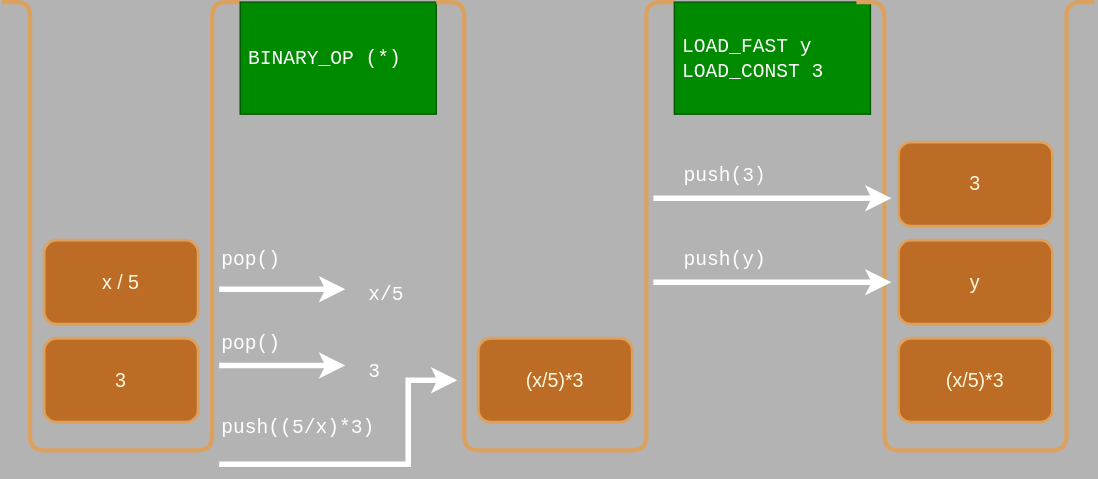
Above: 3-Stacks/images/stack5.svg in JAC-CS-Programming-4-W24/Notes (draw.io), before the change. Source tidied: cells renumbered, new cells last; positions are measured from the earlier drawing's top-left corner, leaving out a move shared by most shapes.
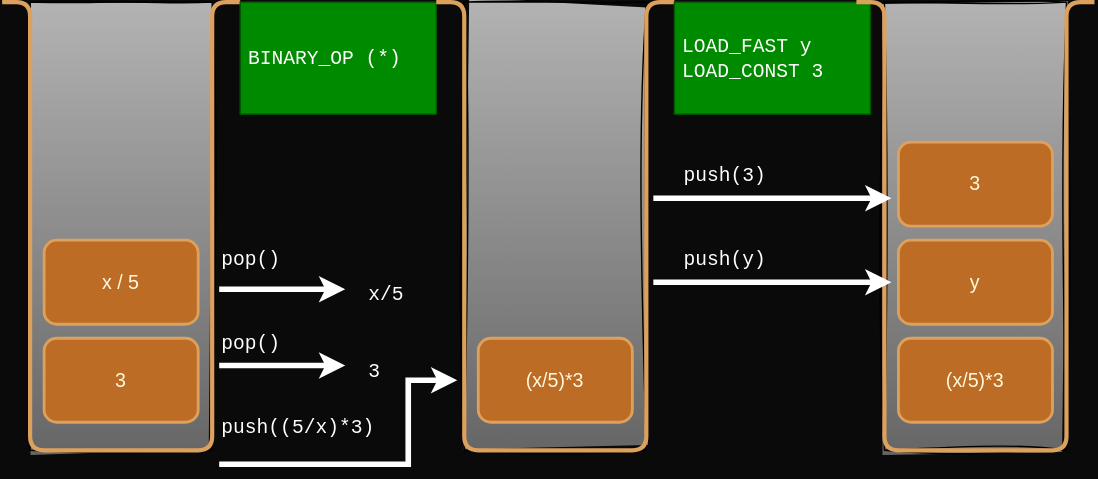
Later version of the same file.

What changed in the source:
```diff
@@ -1,7 +1,16 @@
-<mxGraphModel background="#B3B3B3">
+<mxGraphModel background="#0A0A0A">
   <root>
     <mxCell id="0" />
     <mxCell id="1" parent="0" />
+    <mxCell id="31" style="rounded=0;whiteSpace=wrap;html=1;sketch=1;hachureGap=4;jiggle=2;curveFitting=1;fontFamily=Architects Daughter;fontSource=https%3A%2F%2Ffonts.googleapis.com%2Fcss%3Ffamily%3DArchitects%2BDaughter;fontSize=20;gradientColor=#666666;fillColor=#B3B3B3;" parent="1" vertex="1">
+      <mxGeometry x="630" width="130" height="320" as="geometry" />
+    </mxCell>
+    <mxCell id="32" style="rounded=0;whiteSpace=wrap;html=1;sketch=1;hachureGap=4;jiggle=2;curveFitting=1;fontFamily=Architects Daughter;fontSource=https%3A%2F%2Ffonts.googleapis.com%2Fcss%3Ffamily%3DArchitects%2BDaughter;fontSize=20;gradientColor=#666666;fillColor=#B3B3B3;" parent="1" vertex="1">
+      <mxGeometry x="330" width="130" height="320" as="geometry" />
+    </mxCell>
+    <mxCell id="33" style="rounded=0;whiteSpace=wrap;html=1;sketch=1;hachureGap=4;jiggle=2;curveFitting=1;fontFamily=Architects Daughter;fontSource=https%3A%2F%2Ffonts.googleapis.com%2Fcss%3Ffamily%3DArchitects%2BDaughter;fontSize=20;gradientColor=#666666;fillColor=#B3B3B3;" parent="1" vertex="1">
+      <mxGeometry x="20" width="130" height="320" as="geometry" />
+    </mxCell>
     <mxCell id="2" style="endArrow=none;html=1;rounded=1;edgeStyle=orthogonalEdgeStyle;strokeWidth=3;labelBackgroundColor=#283618;strokeColor=#DDA15E;fontColor=#FEFAE0;" parent="1" edge="1">
       <mxGeometry relative="1" as="geometry">
         <mxPoint as="sourcePoint" />
```
